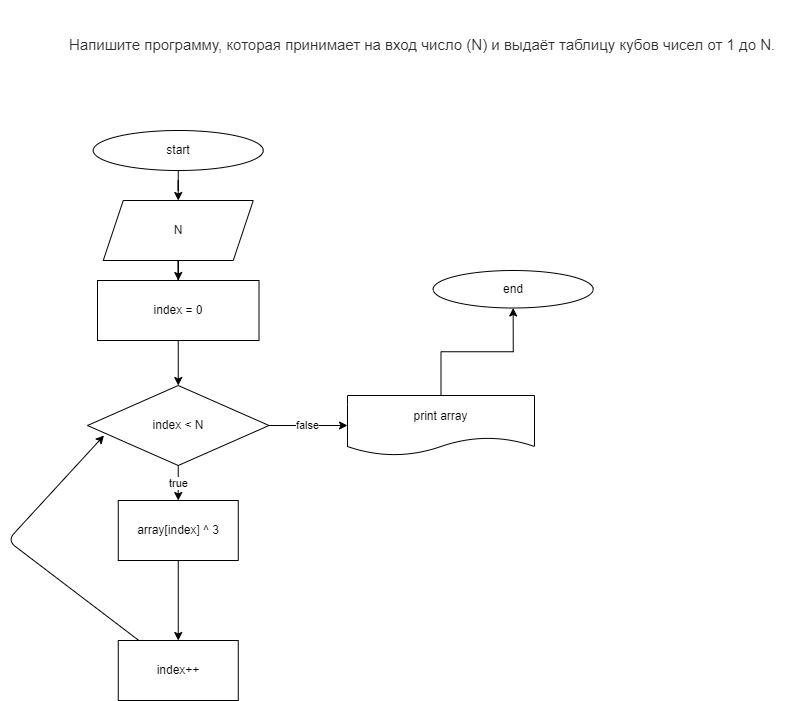
The draw.io diagram dz4_zadacha27/digram.drawio.png in sntitar/DZ_C-, before a commit. Source tidied: cells renumbered, new cells last; positions are measured from the earlier drawing's top-left corner, leaving out a move shared by most shapes. Its diagram source:
```xml
<mxGraphModel>
  <root>
    <mxCell id="0" />
    <mxCell id="1" parent="0" />
    <mxCell id="2" style="edgeStyle=orthogonalEdgeStyle;rounded=0;jettySize=auto;html=1;" parent="1" edge="1" source="3" target="5">
      <mxGeometry relative="1" as="geometry" />
    </mxCell>
    <mxCell id="3" value="start" style="ellipse;whiteSpace=wrap;html=1;" parent="1" vertex="1">
      <mxGeometry x="85.8" y="130" width="170" height="40" as="geometry" />
    </mxCell>
    <mxCell id="4" style="edgeStyle=orthogonalEdgeStyle;rounded=0;jettySize=auto;html=1;" parent="1" edge="1" source="5">
      <mxGeometry relative="1" as="geometry">
        <mxPoint x="170.8" y="280" as="targetPoint" />
      </mxGeometry>
    </mxCell>
    <mxCell id="5" value="N" style="shape=parallelogram;perimeter=parallelogramPerimeter;whiteSpace=wrap;html=1;fixedSize=1;" parent="1" vertex="1">
      <mxGeometry x="95.8" y="200" width="150" height="60" as="geometry" />
    </mxCell>
    <mxCell id="6" style="edgeStyle=none;html=1;" parent="1" edge="1" source="7" target="14">
      <mxGeometry relative="1" as="geometry" />
    </mxCell>
    <mxCell id="7" value="&lt;span&gt;index = 0&lt;br&gt;&lt;/span&gt;" style="whiteSpace=wrap;html=1;" parent="1" vertex="1">
      <mxGeometry x="90" y="280" width="161.5" height="60" as="geometry" />
    </mxCell>
    <mxCell id="8" style="edgeStyle=orthogonalEdgeStyle;rounded=0;jettySize=auto;html=1;" parent="1" edge="1" source="9" target="10">
      <mxGeometry relative="1" as="geometry" />
    </mxCell>
    <mxCell id="9" value="print array" style="shape=document;whiteSpace=wrap;html=1;boundedLbl=1;" parent="1" vertex="1">
      <mxGeometry x="340" y="395" width="187" height="60" as="geometry" />
    </mxCell>
    <mxCell id="10" value="end" style="ellipse;whiteSpace=wrap;html=1;" parent="1" vertex="1">
      <mxGeometry x="425.7" y="270" width="160" height="37.5" as="geometry" />
    </mxCell>
    <mxCell id="11" value="&#10;&#10;&lt;p style=&quot;box-sizing: border-box; margin: 0px; font-weight: 400; color: rgb(44, 45, 48); font-family: roboto, &amp;quot;san francisco&amp;quot;, &amp;quot;helvetica neue&amp;quot;, helvetica, arial; font-size: 15px; font-style: normal; letter-spacing: normal; text-indent: 0px; text-transform: none; word-spacing: 0px; background-color: rgb(255, 255, 255);&quot;&gt;Напишите программу, которая принимает на вход число (N) и выдаёт таблицу кубов чисел от 1 до N.&lt;/p&gt;&lt;br class=&quot;Apple-interchange-newline&quot;&gt;&#10;&#10;" style="text;whiteSpace=wrap;html=1;" parent="1" vertex="1">
      <mxGeometry x="60" width="730" height="50" as="geometry" />
    </mxCell>
    <mxCell id="12" value="false" style="edgeStyle=none;html=1;entryX=0;entryY=0.5;entryDx=0;entryDy=0;" parent="1" edge="1" source="14" target="9">
      <mxGeometry relative="1" as="geometry" />
    </mxCell>
    <mxCell id="13" value="true" style="edgeStyle=none;html=1;" parent="1" edge="1" source="14" target="16">
      <mxGeometry relative="1" as="geometry" />
    </mxCell>
    <mxCell id="14" value="index &amp;lt; N" style="rhombus;whiteSpace=wrap;html=1;" parent="1" vertex="1">
      <mxGeometry x="80" y="385" width="181.5" height="80" as="geometry" />
    </mxCell>
    <mxCell id="15" style="edgeStyle=none;html=1;" parent="1" edge="1" source="16" target="18">
      <mxGeometry relative="1" as="geometry" />
    </mxCell>
    <mxCell id="16" value="array[index] ^ 3" style="whiteSpace=wrap;html=1;" parent="1" vertex="1">
      <mxGeometry x="110.8" y="500" width="120" height="60" as="geometry" />
    </mxCell>
    <mxCell id="17" style="edgeStyle=none;html=1;entryX=0.091;entryY=0.625;entryDx=0;entryDy=0;entryPerimeter=0;" parent="1" edge="1" source="18" target="14">
      <mxGeometry relative="1" as="geometry">
        <Array as="points">
          <mxPoint y="540" />
        </Array>
      </mxGeometry>
    </mxCell>
    <mxCell id="18" value="index++" style="whiteSpace=wrap;html=1;" parent="1" vertex="1">
      <mxGeometry x="110.8" y="640" width="120" height="60" as="geometry" />
    </mxCell>
  </root>
</mxGraphModel>
```
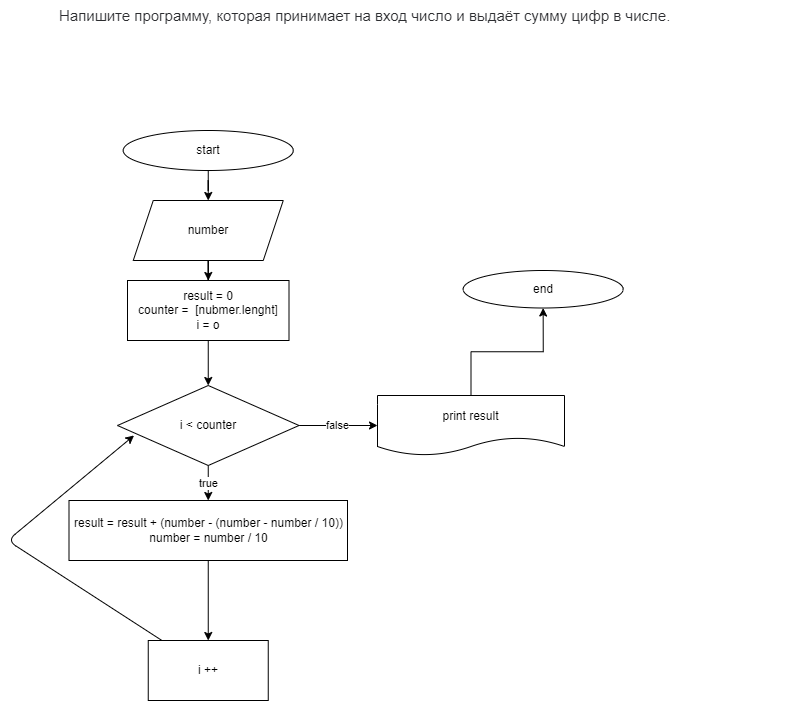
Above is the later version.

Diff of the diagram source:
```diff
@@ -13,51 +13,51 @@
         <mxPoint x="170.8" y="280" as="targetPoint" />
       </mxGeometry>
     </mxCell>
-    <mxCell id="5" value="N" style="shape=parallelogram;perimeter=parallelogramPerimeter;whiteSpace=wrap;html=1;fixedSize=1;" parent="1" vertex="1">
+    <mxCell id="5" value="number" style="shape=parallelogram;perimeter=parallelogramPerimeter;whiteSpace=wrap;html=1;fixedSize=1;" parent="1" vertex="1">
       <mxGeometry x="95.8" y="200" width="150" height="60" as="geometry" />
     </mxCell>
     <mxCell id="6" style="edgeStyle=none;html=1;" parent="1" edge="1" source="7" target="14">
       <mxGeometry relative="1" as="geometry" />
     </mxCell>
-    <mxCell id="7" value="&lt;span&gt;index = 0&lt;br&gt;&lt;/span&gt;" style="whiteSpace=wrap;html=1;" parent="1" vertex="1">
+    <mxCell id="7" value="&lt;span&gt;result = 0&lt;br&gt;counter =&amp;nbsp; [nubmer.lenght]&lt;br&gt;i = o&lt;br&gt;&lt;/span&gt;" style="whiteSpace=wrap;html=1;" parent="1" vertex="1">
       <mxGeometry x="90" y="280" width="161.5" height="60" as="geometry" />
     </mxCell>
     <mxCell id="8" style="edgeStyle=orthogonalEdgeStyle;rounded=0;jettySize=auto;html=1;" parent="1" edge="1" source="9" target="10">
       <mxGeometry relative="1" as="geometry" />
     </mxCell>
-    <mxCell id="9" value="print array" style="shape=document;whiteSpace=wrap;html=1;boundedLbl=1;" parent="1" vertex="1">
+    <mxCell id="9" value="print result" style="shape=document;whiteSpace=wrap;html=1;boundedLbl=1;" parent="1" vertex="1">
       <mxGeometry x="340" y="395" width="187" height="60" as="geometry" />
     </mxCell>
     <mxCell id="10" value="end" style="ellipse;whiteSpace=wrap;html=1;" parent="1" vertex="1">
       <mxGeometry x="425.7" y="270" width="160" height="37.5" as="geometry" />
     </mxCell>
-    <mxCell id="11" value="&#10;&#10;&lt;p style=&quot;box-sizing: border-box; margin: 0px; font-weight: 400; color: rgb(44, 45, 48); font-family: roboto, &amp;quot;san francisco&amp;quot;, &amp;quot;helvetica neue&amp;quot;, helvetica, arial; font-size: 15px; font-style: normal; letter-spacing: normal; text-indent: 0px; text-transform: none; word-spacing: 0px; background-color: rgb(255, 255, 255);&quot;&gt;Напишите программу, которая принимает на вход число (N) и выдаёт таблицу кубов чисел от 1 до N.&lt;/p&gt;&lt;br class=&quot;Apple-interchange-newline&quot;&gt;&#10;&#10;" style="text;whiteSpace=wrap;html=1;" parent="1" vertex="1">
-      <mxGeometry x="60" width="730" height="50" as="geometry" />
-    </mxCell>
     <mxCell id="12" value="false" style="edgeStyle=none;html=1;entryX=0;entryY=0.5;entryDx=0;entryDy=0;" parent="1" edge="1" source="14" target="9">
       <mxGeometry relative="1" as="geometry" />
     </mxCell>
     <mxCell id="13" value="true" style="edgeStyle=none;html=1;" parent="1" edge="1" source="14" target="16">
       <mxGeometry relative="1" as="geometry" />
     </mxCell>
-    <mxCell id="14" value="index &amp;lt; N" style="rhombus;whiteSpace=wrap;html=1;" parent="1" vertex="1">
+    <mxCell id="14" value="i &amp;lt; counter" style="rhombus;whiteSpace=wrap;html=1;" parent="1" vertex="1">
       <mxGeometry x="80" y="385" width="181.5" height="80" as="geometry" />
     </mxCell>
     <mxCell id="15" style="edgeStyle=none;html=1;" parent="1" edge="1" source="16" target="18">
       <mxGeometry relative="1" as="geometry" />
     </mxCell>
-    <mxCell id="16" value="array[index] ^ 3" style="whiteSpace=wrap;html=1;" parent="1" vertex="1">
-      <mxGeometry x="110.8" y="500" width="120" height="60" as="geometry" />
+    <mxCell id="16" value="&lt;div&gt;&lt;span&gt;result = result + (number - (number - number / 10))&lt;/span&gt;&lt;/div&gt;&lt;div&gt;&lt;span&gt;number = number / 10&lt;/span&gt;&lt;/div&gt;" style="whiteSpace=wrap;html=1;" parent="1" vertex="1">
+      <mxGeometry x="31.5" y="500" width="278.5" height="60" as="geometry" />
     </mxCell>
     <mxCell id="17" style="edgeStyle=none;html=1;entryX=0.091;entryY=0.625;entryDx=0;entryDy=0;entryPerimeter=0;" parent="1" edge="1" source="18" target="14">
       <mxGeometry relative="1" as="geometry">
         <Array as="points">
-          <mxPoint y="540" />
+          <mxPoint x="-30" y="540" />
         </Array>
       </mxGeometry>
     </mxCell>
-    <mxCell id="18" value="index++" style="whiteSpace=wrap;html=1;" parent="1" vertex="1">
+    <mxCell id="18" value="i ++" style="whiteSpace=wrap;html=1;" parent="1" vertex="1">
       <mxGeometry x="110.8" y="640" width="120" height="60" as="geometry" />
     </mxCell>
+    <mxCell id="19" value="&lt;span style=&quot;color: rgb(44, 45, 48); font-family: roboto, &amp;quot;san francisco&amp;quot;, &amp;quot;helvetica neue&amp;quot;, helvetica, arial; font-size: 15px; font-style: normal; font-weight: 400; letter-spacing: normal; text-indent: 0px; text-transform: none; word-spacing: 0px; background-color: rgb(255, 255, 255); display: inline; float: none;&quot;&gt;Напишите программу, которая принимает на вход число и выдаёт сумму цифр в числе.&lt;/span&gt;" style="text;whiteSpace=wrap;html=1;" parent="1" vertex="1">
+      <mxGeometry x="20" width="730" height="50" as="geometry" />
+    </mxCell>
   </root>
 </mxGraphModel>
```
